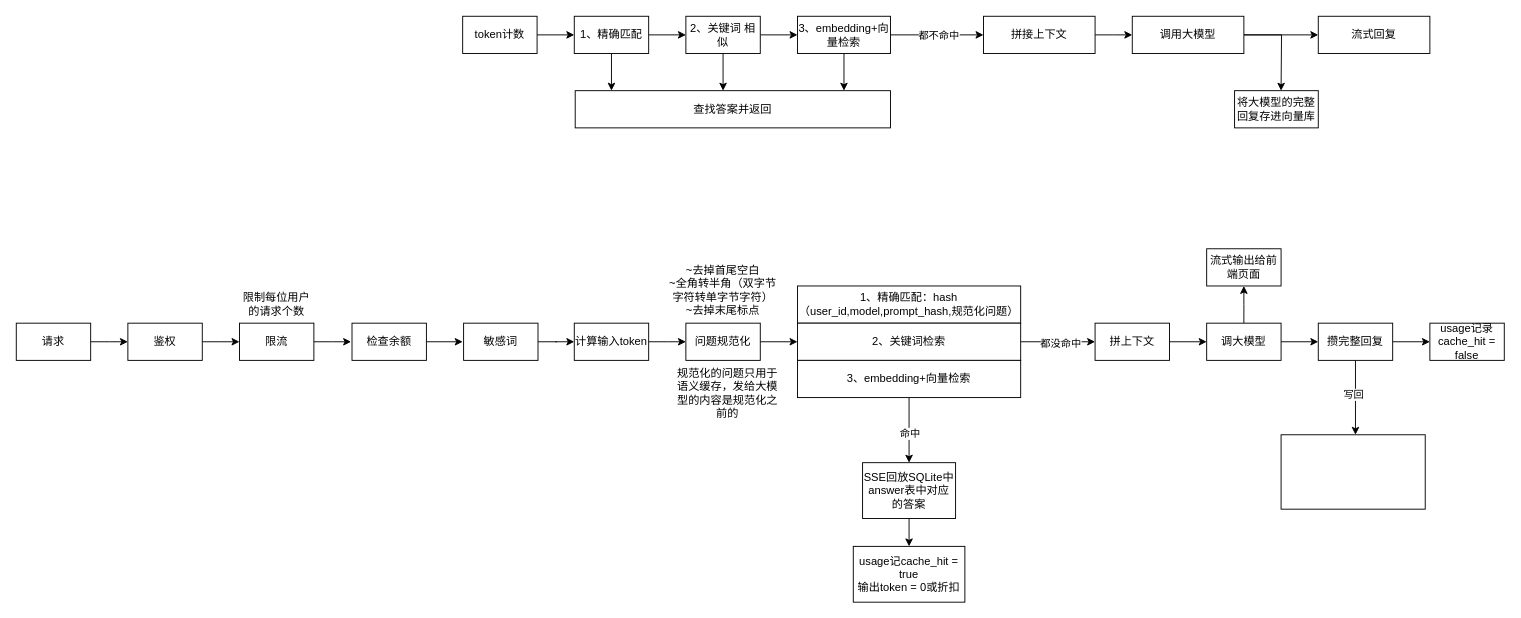
Above: flowchart/aichat流程图.drawio in jialiangLv/ai-chat (draw.io), before the change. Source tidied: cells renumbered, new cells numbered last; positions are measured from the earlier drawing's top-left corner, leaving out a move shared by most shapes. Both pictures are drawn from the tidied source at 93%, with x=0, y=0 at pixel (16, 16).
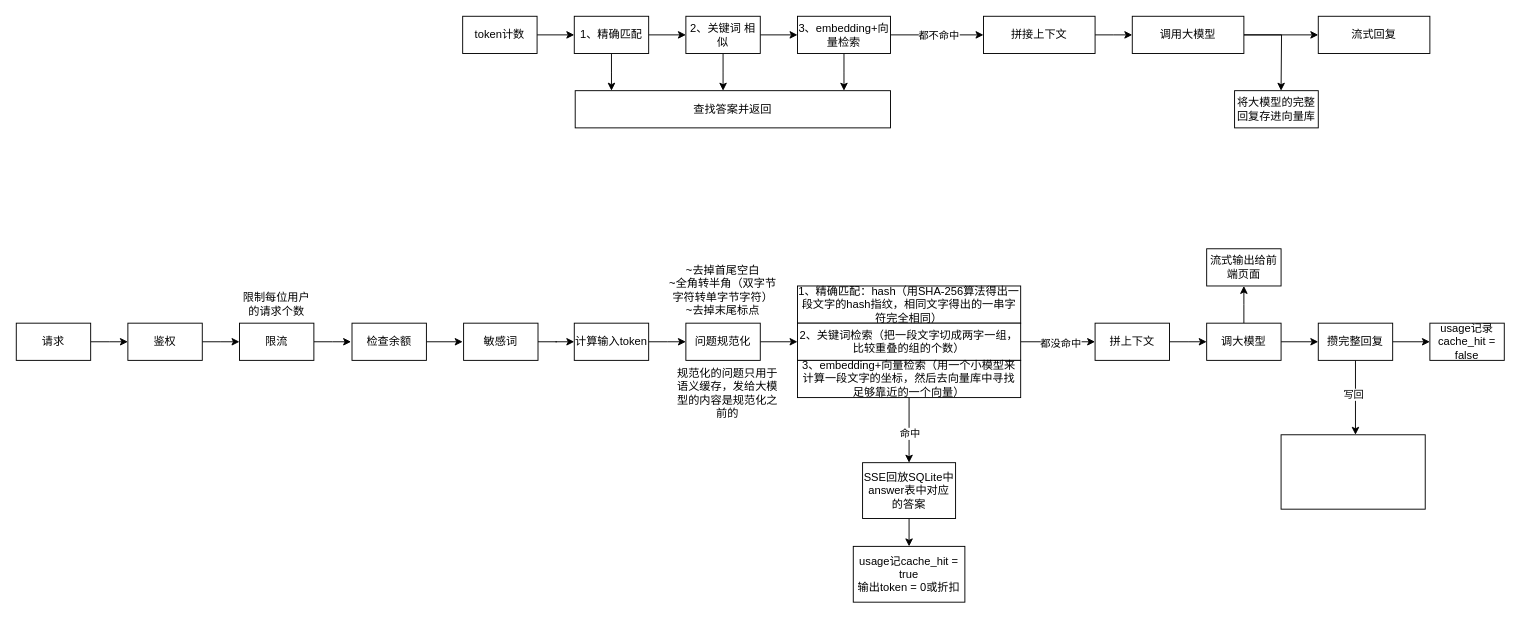
Above is the later version.

Commit message:
更新aichat流程图.drawio

Change to the diagram source:
```diff
@@
-    <mxCell id="30" value="1、精确匹配：hash（user_id,model,prompt_hash,规范化问题）" style="rounded=0;whiteSpace=wrap;html=1;" parent="1" vertex="1">
+    <mxCell id="30" value="1、精确匹配：hash（用SHA-256算法得出一段文字的hash指纹，相同文字得出的一串字符完全相同）" style="rounded=0;whiteSpace=wrap;html=1;" parent="1" vertex="1">
       <mxGeometry x="840" y="290" width="240" height="40" as="geometry" />
     </mxCell>
@@
-    <mxCell id="33" value="2、关键词检索" style="rounded=0;whiteSpace=wrap;html=1;" parent="1" vertex="1">
+    <mxCell id="33" value="2、关键词检索（把一段文字切成两字一组，比较重叠的组的个数）" style="rounded=0;whiteSpace=wrap;html=1;" parent="1" vertex="1">
       <mxGeometry x="840" y="330" width="240" height="40" as="geometry" />
     </mxCell>
@@
-    <mxCell id="36" value="3、embedding+向量检索" style="rounded=0;whiteSpace=wrap;html=1;" parent="1" vertex="1">
+    <mxCell id="36" value="3、embedding+向量检索（用一个小模型来计算一段文字的坐标，然后去向量库中寻找足够靠近的一个向量）" style="rounded=0;whiteSpace=wrap;html=1;" parent="1" vertex="1">
       <mxGeometry x="840" y="370" width="240" height="40" as="geometry" />
     </mxCell>
```
